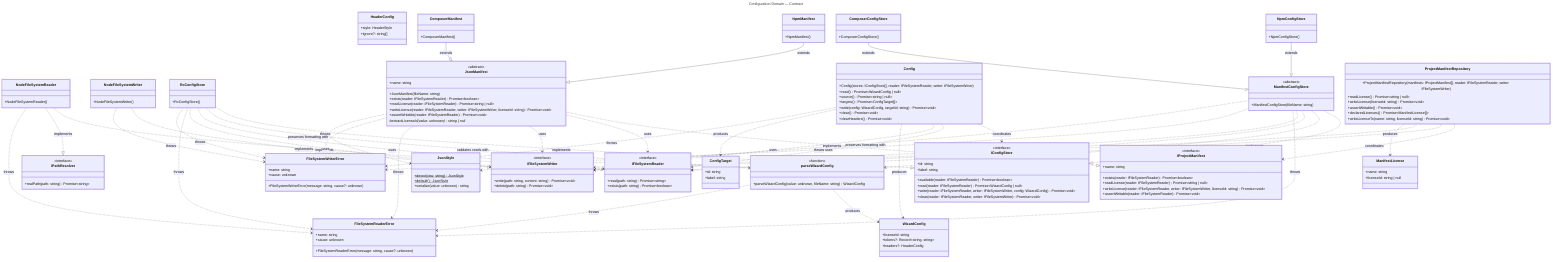
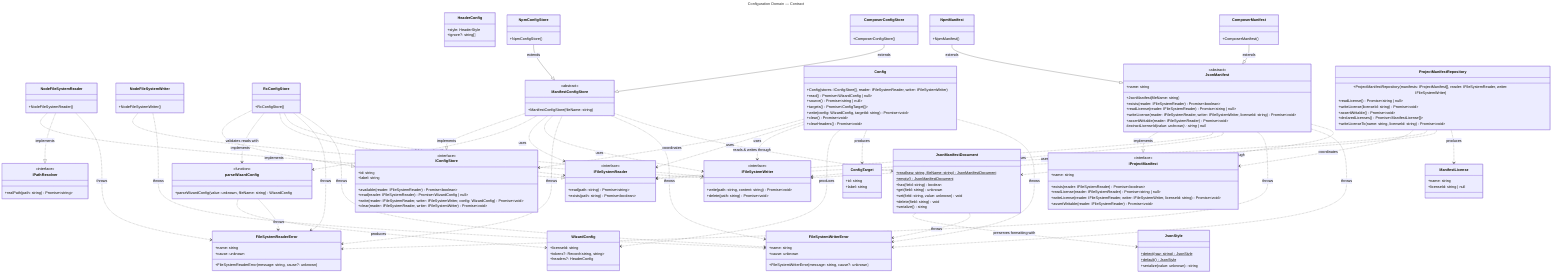
---
title: Configuration Domain — Contract
---
classDiagram
  direction TB

  %% Domain: Configuration (src/configuration)
  %% Focused per-domain view extracted from ../class-diagram.mmd.
  %% Shows ONLY Configuration-domain classes and their intra-domain relationships.
  %% Cross-domain relationships (consumed by the bootstrap, Licensing, Headers and
  %% Verify; HeaderConfig references HeaderStyle from Headers) are intentionally
  %% omitted — see ../class-diagram.mmd for the full picture.
  %%
  %% HeaderConfig belongs to this domain but its only relationship (to HeaderStyle)
  %% crosses into Headers, so it appears here without intra-domain edges.

  class IFileSystemReader {
    <<interface>>
    +read(path: string) Promise~string~
    +exists(path: string) Promise~boolean~
  }

  class IPathResolver {
    <<interface>>
    +realPath(path: string) Promise~string~
  }

  class IFileSystemWriter {
    <<interface>>
    +write(path: string, content: string) Promise~void~
    +delete(path: string) Promise~void~
  }

  class NodeFileSystemReader {
    +NodeFileSystemReader()
  }

  class NodeFileSystemWriter {
    +NodeFileSystemWriter()
  }

  class FileSystemReaderError {
    +name: string
    +cause: unknown
    +FileSystemReaderError(message: string, cause?: unknown)
  }

  class FileSystemWriterError {
    +name: string
    +cause: unknown
    +FileSystemWriterError(message: string, cause?: unknown)
  }

  class WizardConfig {
    +licenseId: string
    +tokens?: Record~string, string~
    +headers?: HeaderConfig
  }

  class HeaderConfig {
    +style: HeaderStyle
    +ignore?: string[]
  }

  %% Module-level validator co-located with WizardConfig; the config stores run
  %% every parsed config through it on read so a malformed file is rejected
  %% (named) up front instead of casting unchecked.
  class parseWizardConfig {
    <<function>>
    +parseWizardConfig(value: unknown, fileName: string) WizardConfig
  }

  class ConfigTarget {
    +id: string
    +label: string
  }

  class IConfigStore {
    <<interface>>
    +id: string
    +label: string
    +available(reader: IFileSystemReader) Promise~boolean~
    +read(reader: IFileSystemReader) Promise~WizardConfig | null~
    +write(reader: IFileSystemReader, writer: IFileSystemWriter, config: WizardConfig) Promise~void~
    +clear(reader: IFileSystemReader, writer: IFileSystemWriter) Promise~void~
  }

  class RcConfigStore {
    +RcConfigStore()
  }

  class ManifestConfigStore {
    <<abstract>>
    +ManifestConfigStore(fileName: string)
  }

  class NpmConfigStore {
    +NpmConfigStore()
  }

  class ComposerConfigStore {
    +ComposerConfigStore()
  }

  class Config {
    +Config(stores: IConfigStore[], reader: IFileSystemReader, writer: IFileSystemWriter)
    +read() Promise~WizardConfig | null~
    +source() Promise~string | null~
    +targets() Promise~ConfigTarget[]~
    +write(config: WizardConfig, targetId: string) Promise~void~
    +clear() Promise~void~
    +clearHeaders() Promise~void~
  }

  class IProjectManifest {
    <<interface>>
    +name: string
    +exists(reader: IFileSystemReader) Promise~boolean~
    +readLicense(reader: IFileSystemReader) Promise~string | null~
    +writeLicense(reader: IFileSystemReader, writer: IFileSystemWriter, licenseId: string) Promise~void~
    +assertWritable(reader: IFileSystemReader) Promise~void~
  }

  class JsonManifest {
    <<abstract>>
    +JsonManifest(fileName: string)
    +name: string
    +exists(reader: IFileSystemReader) Promise~boolean~
    +readLicense(reader: IFileSystemReader) Promise~string | null~
    +writeLicense(reader: IFileSystemReader, writer: IFileSystemWriter, licenseId: string) Promise~void~
    +assertWritable(reader: IFileSystemReader) Promise~void~
    #extractLicenseId(value: unknown)* string | null
  }

  class NpmManifest {
    +NpmManifest()
  }

  class ComposerManifest {
    +ComposerManifest()
  }

  class ProjectManifestRepository {
    +ProjectManifestRepository(manifests: IProjectManifest[], reader: IFileSystemReader, writer: IFileSystemWriter)
    +readLicense() Promise~string | null~
    +writeLicense(licenseId: string) Promise~void~
    +assertWritable() Promise~void~
    +declaredLicenses() Promise~ManifestLicense[]~
    +writeLicenseTo(name: string, licenseId: string) Promise~void~
  }

  class ManifestLicense {
    +name: string
    +licenseId: string | null
+   }
+ 
+   class JsonManifestDocument {
+     +read(raw: string, fileName: string)$ JsonManifestDocument
+     +empty()$ JsonManifestDocument
+     +has(field: string) boolean
+     +get(field: string) unknown
+     +set(field: string, value: unknown) void
+     +delete(field: string) void
+     +serialize() string
  }

  class JsonStyle {
    +detect(raw: string)$ JsonStyle
    +default()$ JsonStyle
    +serialize(value: unknown) string
  }

  NodeFileSystemReader ..|> IFileSystemReader : implements
  NodeFileSystemReader ..|> IPathResolver : implements
  NodeFileSystemWriter ..|> IFileSystemWriter : implements
  NodeFileSystemReader ..> FileSystemReaderError : throws
  NodeFileSystemWriter ..> FileSystemWriterError : throws
  Config ..> IConfigStore : coordinates
  Config ..> IFileSystemReader : uses
  Config ..> IFileSystemWriter : uses
  Config ..> WizardConfig : produces
  Config ..> ConfigTarget : produces
  Config ..> FileSystemWriterError : throws
  RcConfigStore ..|> IConfigStore : implements
  ManifestConfigStore ..|> IConfigStore : implements
  NpmConfigStore --|> ManifestConfigStore : extends
  ComposerConfigStore --|> ManifestConfigStore : extends
  RcConfigStore ..> parseWizardConfig : validates reads with
  ManifestConfigStore ..> parseWizardConfig : validates reads with
  parseWizardConfig ..> WizardConfig : produces
  parseWizardConfig ..> FileSystemReaderError : throws
  RcConfigStore ..> IFileSystemReader : uses
  RcConfigStore ..> IFileSystemWriter : uses
  RcConfigStore ..> FileSystemReaderError : throws
  RcConfigStore ..> FileSystemWriterError : throws
  ManifestConfigStore ..> IFileSystemReader : uses
  ManifestConfigStore ..> IFileSystemWriter : uses
  ManifestConfigStore ..> FileSystemReaderError : throws
  ManifestConfigStore ..> FileSystemWriterError : throws
  JsonManifest ..|> IProjectManifest : implements
  NpmManifest --|> JsonManifest : extends
  ComposerManifest --|> JsonManifest : extends
  JsonManifest ..> IFileSystemReader : uses
  JsonManifest ..> IFileSystemWriter : uses
  JsonManifest ..> FileSystemReaderError : throws
  JsonManifest ..> FileSystemWriterError : throws
-   JsonManifest ..> JsonStyle : preserves formatting with
-   ManifestConfigStore ..> JsonStyle : preserves formatting with
+   JsonManifest ..> JsonManifestDocument : reads & writes through
+   ManifestConfigStore ..> JsonManifestDocument : reads & writes through
+   JsonManifestDocument ..> JsonStyle : preserves formatting with
+   JsonManifestDocument ..> FileSystemWriterError : throws
  ProjectManifestRepository ..> IProjectManifest : coordinates
  ProjectManifestRepository ..> IFileSystemReader : uses
  ProjectManifestRepository ..> IFileSystemWriter : uses
  ProjectManifestRepository ..> ManifestLicense : produces
